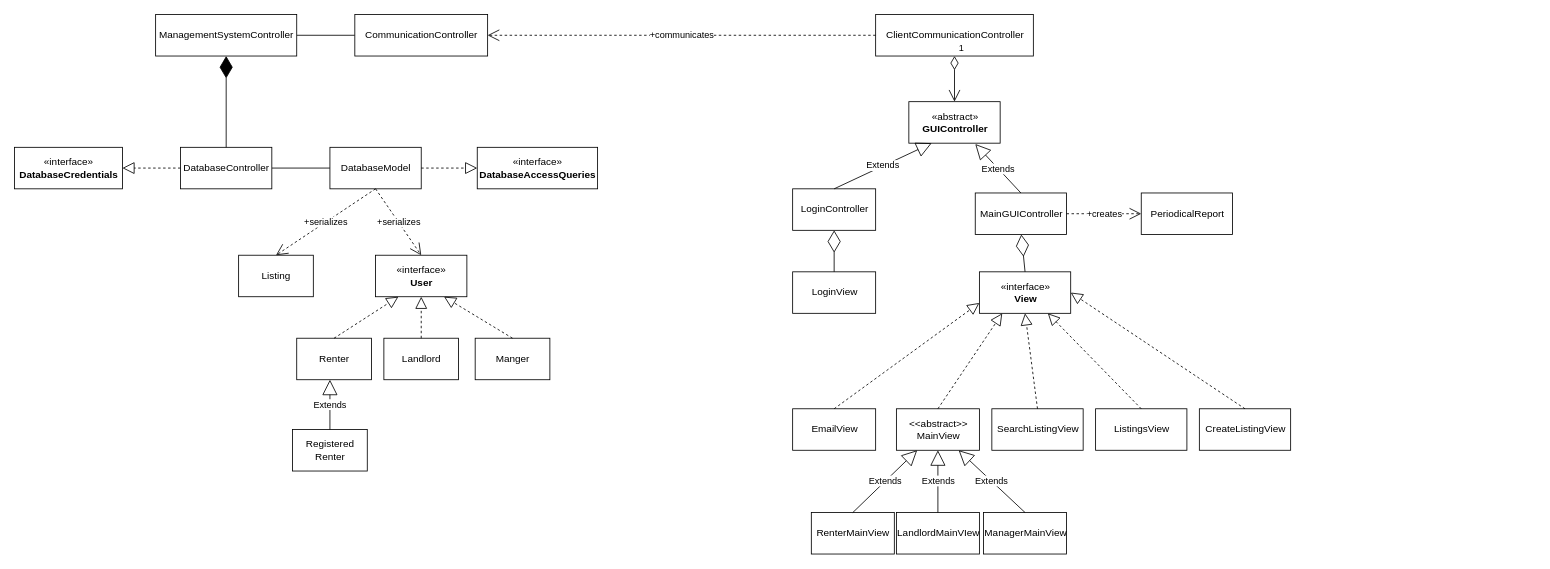
The draw.io diagram RelationshipsUMLDiagram.drawio in ryan-holt/ENSF480FinalProject, before the edit. Source tidied: cells renumbered, new cells numbered last; positions are measured from the earlier drawing's top-left corner, leaving out a move shared by most shapes. Both pictures are drawn from the tidied source at 83%, with x=0, y=0 at pixel (14, 14).
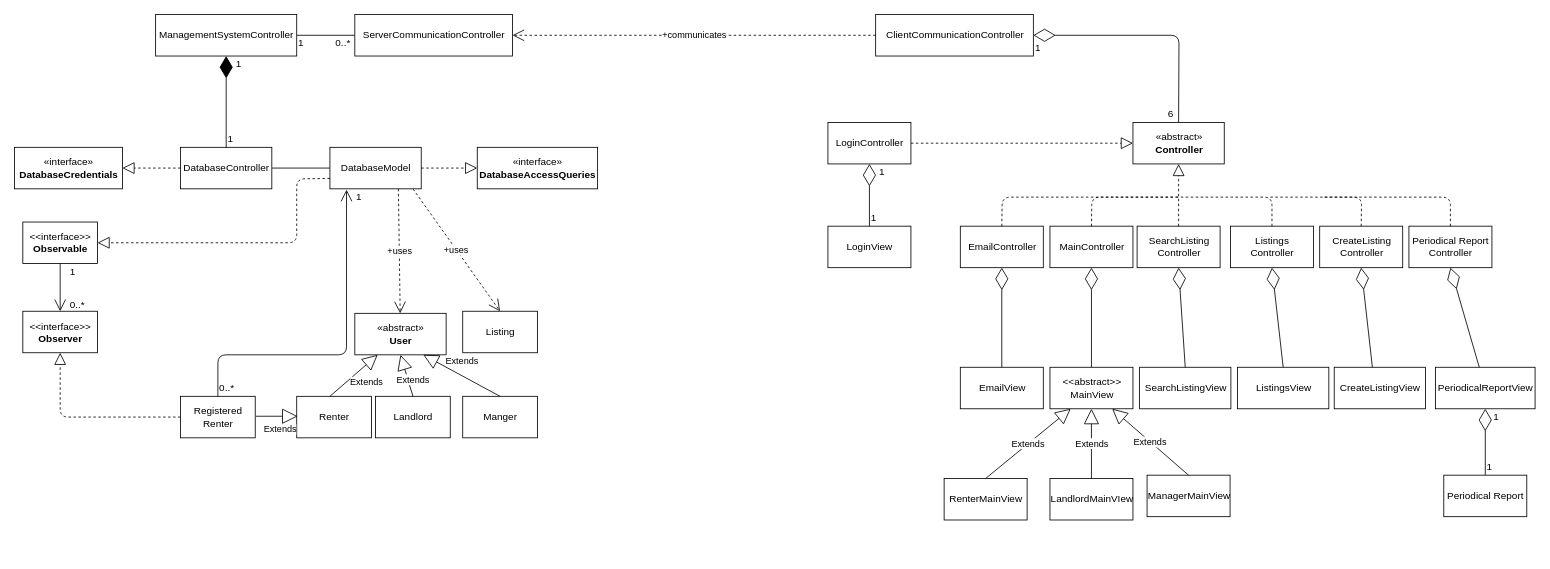
After the change.

Unchanged cells that the change refers to:
```xml
<mxCell id="9" value="ClientCommunicationController" style="html=1;" parent="1" vertex="1">
  <mxGeometry x="1037.5" width="190" height="50" as="geometry" />
</mxCell>
<mxCell id="12" value="DatabaseModel" style="html=1;" parent="1" vertex="1">
  <mxGeometry x="380" y="160" width="110" height="50" as="geometry" />
</mxCell>
```

What changed in the source:
```diff
@@
-    <mxCell id="4" value="CommunicationController" style="html=1;" parent="1" vertex="1">
-      <mxGeometry x="410" width="160" height="50" as="geometry" />
+    <mxCell id="4" value="ServerCommunicationController" style="html=1;" parent="1" vertex="1">
+      <mxGeometry x="410" width="190" height="50" as="geometry" />
     </mxCell>
@@
     <mxCell id="15" value="LoginController" style="html=1;" parent="1" vertex="1">
-      <mxGeometry x="937.5" y="210" width="100" height="50" as="geometry" />
+      <mxGeometry x="980" y="130" width="100" height="50" as="geometry" />
     </mxCell>
-    <mxCell id="16" value="MainGUIController" style="html=1;" parent="1" vertex="1">
-      <mxGeometry x="1157.5" y="215" width="110" height="50" as="geometry" />
-    </mxCell>
-    <mxCell id="17" value="«abstract»&lt;br&gt;&lt;b&gt;GUIController&lt;/b&gt;" style="html=1;" parent="1" vertex="1">
-      <mxGeometry x="1077.5" y="105" width="110" height="50" as="geometry" />
-    </mxCell>
-    <mxCell id="18" value="1" style="endArrow=open;html=1;endSize=12;startArrow=diamondThin;startSize=14;startFill=0;edgeStyle=orthogonalEdgeStyle;align=left;verticalAlign=bottom;exitX=0.5;exitY=1;exitDx=0;exitDy=0;entryX=0.5;entryY=0;entryDx=0;entryDy=0;" parent="1" edge="1" source="9" target="17">
-      <mxGeometry x="-1" y="3" relative="1" as="geometry" />
-    </mxCell>
-    <mxCell id="19" value="Extends" style="endArrow=block;endSize=16;endFill=0;html=1;entryX=0.25;entryY=1;entryDx=0;entryDy=0;exitX=0.5;exitY=0;exitDx=0;exitDy=0;" parent="1" edge="1" source="15" target="17">
-      <mxGeometry relative="1" as="geometry" />
-    </mxCell>
-    <mxCell id="20" value="Extends" style="endArrow=block;endSize=16;endFill=0;html=1;exitX=0.5;exitY=0;exitDx=0;exitDy=0;" parent="1" edge="1" source="16">
-      <mxGeometry relative="1" as="geometry">
-        <mxPoint x="1157.5" y="156" as="targetPoint" />
-      </mxGeometry>
-    </mxCell>
     <mxCell id="21" value="LoginView" style="html=1;" parent="1" vertex="1">
-      <mxGeometry x="937.5" y="310" width="100" height="50" as="geometry" />
+      <mxGeometry x="980" y="255" width="100" height="50" as="geometry" />
     </mxCell>
-    <mxCell id="22" value="«interface»&lt;br&gt;&lt;b&gt;View&lt;/b&gt;" style="html=1;" parent="1" vertex="1">
-      <mxGeometry x="1162.5" y="310" width="110" height="50" as="geometry" />
-    </mxCell>
     <mxCell id="23" value="&amp;lt;&amp;lt;abstract&amp;gt;&amp;gt;&lt;br&gt;MainView" style="html=1;" parent="1" vertex="1">
-      <mxGeometry x="1062.5" y="475" width="100" height="50" as="geometry" />
+      <mxGeometry x="1247.5" y="425" width="100" height="50" as="geometry" />
     </mxCell>
     <mxCell id="24" value="SearchListingView" style="html=1;" parent="1" vertex="1">
-      <mxGeometry x="1177.5" y="475" width="110" height="50" as="geometry" />
+      <mxGeometry x="1355.5" y="425" width="110" height="50" as="geometry" />
     </mxCell>
-    <mxCell id="25" style="endArrow=diamondThin;endFill=0;endSize=24;html=1;exitX=0.5;exitY=0;exitDx=0;exitDy=0;" parent="1" edge="1" source="22">
-      <mxGeometry relative="1" as="geometry">
-        <mxPoint x="1213" y="265" as="targetPoint" />
-      </mxGeometry>
-    </mxCell>
@@
-    <mxCell id="27" style="endArrow=block;dashed=1;endFill=0;endSize=12;html=1;entryX=0.25;entryY=1;entryDx=0;entryDy=0;exitX=0.5;exitY=0;exitDx=0;exitDy=0;" parent="1" edge="1" source="23" target="22">
-      <mxGeometry relative="1" as="geometry" />
-    </mxCell>
-    <mxCell id="28" style="endArrow=block;dashed=1;endFill=0;endSize=12;html=1;entryX=0.5;entryY=1;entryDx=0;entryDy=0;exitX=0.5;exitY=0;exitDx=0;exitDy=0;" parent="1" edge="1" source="24" target="22">
-      <mxGeometry relative="1" as="geometry" />
-    </mxCell>
     <mxCell id="29" value="ListingsView" style="html=1;" parent="1" vertex="1">
-      <mxGeometry x="1302.5" y="475" width="110" height="50" as="geometry" />
+      <mxGeometry x="1473.5" y="425" width="110" height="50" as="geometry" />
     </mxCell>
-    <mxCell id="30" style="endArrow=block;dashed=1;endFill=0;endSize=12;html=1;entryX=0.75;entryY=1;entryDx=0;entryDy=0;exitX=0.5;exitY=0;exitDx=0;exitDy=0;" parent="1" edge="1" source="29" target="22">
-      <mxGeometry relative="1" as="geometry" />
-    </mxCell>
     <mxCell id="31" value="EmailView" style="html=1;" parent="1" vertex="1">
-      <mxGeometry x="937.5" y="475" width="100" height="50" as="geometry" />
+      <mxGeometry x="1139.5" y="425" width="100" height="50" as="geometry" />
     </mxCell>
-    <mxCell id="32" style="endArrow=block;dashed=1;endFill=0;endSize=12;html=1;entryX=0;entryY=0.75;entryDx=0;entryDy=0;exitX=0.5;exitY=0;exitDx=0;exitDy=0;" parent="1" edge="1" source="31" target="22">
-      <mxGeometry relative="1" as="geometry" />
-    </mxCell>
     <mxCell id="33" value="CreateListingView" style="html=1;" parent="1" vertex="1">
-      <mxGeometry x="1427.5" y="475" width="110" height="50" as="geometry" />
+      <mxGeometry x="1590" y="425" width="110" height="50" as="geometry" />
     </mxCell>
-    <mxCell id="34" style="endArrow=block;dashed=1;endFill=0;endSize=12;html=1;exitX=0.5;exitY=0;exitDx=0;exitDy=0;entryX=1;entryY=0.5;entryDx=0;entryDy=0;" parent="1" edge="1" source="33" target="22">
-      <mxGeometry relative="1" as="geometry" />
-    </mxCell>
     <mxCell id="35" value="Listing" style="html=1;" parent="1" vertex="1">
-      <mxGeometry x="270" y="290" width="90" height="50" as="geometry" />
+      <mxGeometry x="540" y="357.5" width="90" height="50" as="geometry" />
     </mxCell>
-    <mxCell id="36" value="+serializes" style="endArrow=open;endSize=12;dashed=1;html=1;entryX=0.5;entryY=0;entryDx=0;entryDy=0;exitX=0.5;exitY=1;exitDx=0;exitDy=0;" parent="1" edge="1" source="12" target="35">
-      <mxGeometry relative="1" as="geometry" />
-    </mxCell>
-    <mxCell id="37" value="+serializes" style="endArrow=open;endSize=12;dashed=1;html=1;entryX=0.5;entryY=0;entryDx=0;entryDy=0;exitX=0.5;exitY=1;exitDx=0;exitDy=0;" parent="1" edge="1" source="12" target="38">
-      <mxGeometry relative="1" as="geometry" />
-    </mxCell>
-    <mxCell id="38" value="«interface»&lt;br&gt;&lt;b&gt;User&lt;/b&gt;" style="html=1;" parent="1" vertex="1">
-      <mxGeometry x="435" y="290" width="110" height="50" as="geometry" />
+    <mxCell id="38" value="«abstract»&lt;br&gt;&lt;b&gt;User&lt;/b&gt;" style="html=1;" parent="1" vertex="1">
+      <mxGeometry x="410" y="360" width="110" height="50" as="geometry" />
     </mxCell>
     <mxCell id="39" value="Renter" style="html=1;" parent="1" vertex="1">
-      <mxGeometry x="340" y="390" width="90" height="50" as="geometry" />
+      <mxGeometry x="340" y="460" width="90" height="50" as="geometry" />
     </mxCell>
-    <mxCell id="40" style="endArrow=block;dashed=1;endFill=0;endSize=12;html=1;entryX=0.25;entryY=1;entryDx=0;entryDy=0;exitX=0.5;exitY=0;exitDx=0;exitDy=0;" parent="1" edge="1" source="39" target="38">
-      <mxGeometry relative="1" as="geometry" />
-    </mxCell>
     <mxCell id="41" value="Landlord" style="html=1;" parent="1" vertex="1">
-      <mxGeometry x="445" y="390" width="90" height="50" as="geometry" />
+      <mxGeometry x="435" y="460" width="90" height="50" as="geometry" />
     </mxCell>
-    <mxCell id="42" style="endArrow=block;dashed=1;endFill=0;endSize=12;html=1;entryX=0.5;entryY=1;entryDx=0;entryDy=0;exitX=0.5;exitY=0;exitDx=0;exitDy=0;" parent="1" edge="1" source="41" target="38">
-      <mxGeometry relative="1" as="geometry" />
-    </mxCell>
     <mxCell id="43" value="Manger" style="html=1;" parent="1" vertex="1">
-      <mxGeometry x="555" y="390" width="90" height="50" as="geometry" />
+      <mxGeometry x="540" y="460" width="90" height="50" as="geometry" />
     </mxCell>
-    <mxCell id="44" style="endArrow=block;dashed=1;endFill=0;endSize=12;html=1;entryX=0.75;entryY=1;entryDx=0;entryDy=0;exitX=0.5;exitY=0;exitDx=0;exitDy=0;" parent="1" edge="1" source="43" target="38">
-      <mxGeometry relative="1" as="geometry" />
-    </mxCell>
     <mxCell id="45" value="Registered&lt;br&gt;Renter" style="html=1;" parent="1" vertex="1">
-      <mxGeometry x="335" y="500" width="90" height="50" as="geometry" />
+      <mxGeometry x="200" y="460" width="90" height="50" as="geometry" />
     </mxCell>
-    <mxCell id="46" value="Extends" style="endArrow=block;endSize=16;endFill=0;html=1;exitX=0.5;exitY=0;exitDx=0;exitDy=0;" parent="1" edge="1" source="45">
-      <mxGeometry relative="1" as="geometry">
-        <mxPoint x="380" y="440" as="targetPoint" />
+    <mxCell id="46" value="Extends" style="endArrow=block;endSize=16;endFill=0;html=1;exitX=1;exitY=0.5;exitDx=0;exitDy=0;entryX=0;entryY=0.5;entryDx=0;entryDy=0;entryPerimeter=0;" parent="1" edge="1">
+      <mxGeometry x="0.16" y="-16" relative="1" as="geometry">
+        <mxPoint x="291" y="484" as="sourcePoint" />
+        <mxPoint x="341" y="484" as="targetPoint" />
       </mxGeometry>
     </mxCell>
-    <mxCell id="47" value="PeriodicalReport" style="html=1;" parent="1" vertex="1">
-      <mxGeometry x="1357.5" y="215" width="110" height="50" as="geometry" />
+    <mxCell id="47" value="PeriodicalReportView" style="html=1;" parent="1" vertex="1">
+      <mxGeometry x="1712" y="425" width="120" height="50" as="geometry" />
     </mxCell>
-    <mxCell id="48" value="+creates" style="endArrow=open;endSize=12;dashed=1;html=1;entryX=0;entryY=0.5;entryDx=0;entryDy=0;exitX=1;exitY=0.5;exitDx=0;exitDy=0;" parent="1" edge="1" source="16" target="47">
-      <mxGeometry relative="1" as="geometry" />
-    </mxCell>
     <mxCell id="49" value="RenterMainView" style="html=1;" parent="1" vertex="1">
-      <mxGeometry x="960" y="600" width="100" height="50" as="geometry" />
+      <mxGeometry x="1120" y="559" width="100" height="50" as="geometry" />
     </mxCell>
@@
     <mxCell id="51" value="LandlordMainVIew" style="html=1;" parent="1" vertex="1">
-      <mxGeometry x="1062.5" y="600" width="100" height="50" as="geometry" />
+      <mxGeometry x="1247.5" y="559" width="100" height="50" as="geometry" />
     </mxCell>
@@
     <mxCell id="53" value="ManagerMainView" style="html=1;" parent="1" vertex="1">
-      <mxGeometry x="1167.5" y="600" width="100" height="50" as="geometry" />
+      <mxGeometry x="1364.5" y="555" width="100" height="50" as="geometry" />
     </mxCell>
@@
+    <mxCell id="55" value="«abstract»&lt;br&gt;&lt;b&gt;Controller&lt;/b&gt;" style="html=1;" parent="1" vertex="1">
+      <mxGeometry x="1347.5" y="130" width="110" height="50" as="geometry" />
+    </mxCell>
+    <mxCell id="56" style="endArrow=diamondThin;endFill=0;endSize=24;html=1;entryX=1;entryY=0.5;entryDx=0;entryDy=0;exitX=0.5;exitY=0;exitDx=0;exitDy=0;" parent="1" edge="1" source="55" target="9">
+      <mxGeometry relative="1" as="geometry">
+        <Array as="points">
+          <mxPoint x="1403" y="25" />
+        </Array>
+      </mxGeometry>
+    </mxCell>
+    <mxCell id="57" style="endArrow=block;dashed=1;endFill=0;endSize=12;html=1;entryX=0;entryY=0.5;entryDx=0;entryDy=0;exitX=1;exitY=0.5;exitDx=0;exitDy=0;" parent="1" edge="1" source="15" target="55">
+      <mxGeometry relative="1" as="geometry" />
+    </mxCell>
+    <mxCell id="58" value="EmailController" style="html=1;" parent="1" vertex="1">
+      <mxGeometry x="1139.5" y="255" width="100" height="50" as="geometry" />
+    </mxCell>
+    <mxCell id="59" value="MainController" style="html=1;" parent="1" vertex="1">
+      <mxGeometry x="1247.5" y="255" width="100" height="50" as="geometry" />
+    </mxCell>
+    <mxCell id="60" value="SearchListing&lt;br&gt;Controller" style="html=1;" parent="1" vertex="1">
+      <mxGeometry x="1352.5" y="255" width="100" height="50" as="geometry" />
+    </mxCell>
+    <mxCell id="61" value="Listings&lt;br&gt;Controller" style="html=1;" parent="1" vertex="1">
+      <mxGeometry x="1465" y="255" width="100" height="50" as="geometry" />
+    </mxCell>
+    <mxCell id="62" value="CreateListing&lt;br&gt;Controller" style="html=1;" parent="1" vertex="1">
+      <mxGeometry x="1572.5" y="255" width="100" height="50" as="geometry" />
+    </mxCell>
+    <mxCell id="63" style="endArrow=none;dashed=1;endFill=0;endSize=12;html=1;exitX=0.5;exitY=0;exitDx=0;exitDy=0;" parent="1" edge="1" source="58">
+      <mxGeometry relative="1" as="geometry">
+        <mxPoint x="1403" y="220" as="targetPoint" />
+        <Array as="points">
+          <mxPoint x="1190" y="220" />
+        </Array>
+      </mxGeometry>
+    </mxCell>
+    <mxCell id="64" style="endArrow=none;dashed=1;endFill=0;endSize=12;html=1;exitX=0.5;exitY=0;exitDx=0;exitDy=0;" parent="1" edge="1" source="59">
+      <mxGeometry relative="1" as="geometry">
+        <mxPoint x="1400" y="220" as="targetPoint" />
+        <Array as="points">
+          <mxPoint x="1298" y="220" />
+        </Array>
+      </mxGeometry>
+    </mxCell>
+    <mxCell id="65" style="endArrow=block;dashed=1;endFill=0;endSize=12;html=1;exitX=0.5;exitY=0;exitDx=0;exitDy=0;entryX=0.5;entryY=1;entryDx=0;entryDy=0;" parent="1" edge="1" source="60" target="55">
+      <mxGeometry relative="1" as="geometry" />
+    </mxCell>
+    <mxCell id="66" value="&amp;lt;&amp;lt;interface&amp;gt;&amp;gt;&lt;br&gt;&lt;b&gt;Observer&lt;/b&gt;" style="html=1;" parent="1" vertex="1">
+      <mxGeometry x="10" y="357.5" width="90" height="50" as="geometry" />
+    </mxCell>
+    <mxCell id="37" value="+uses" style="endArrow=open;endSize=12;dashed=1;html=1;exitX=0.75;exitY=1;exitDx=0;exitDy=0;" parent="1" edge="1" source="12" target="38">
+      <mxGeometry relative="1" as="geometry" />
+    </mxCell>
+    <mxCell id="36" value="+uses" style="endArrow=open;endSize=12;dashed=1;html=1;exitX=0.911;exitY=1.006;exitDx=0;exitDy=0;entryX=0.5;entryY=0;entryDx=0;entryDy=0;exitPerimeter=0;" parent="1" edge="1" source="12" target="35">
+      <mxGeometry relative="1" as="geometry" />
+    </mxCell>
+    <mxCell id="67" value="1" style="text;html=1;align=left;verticalAlign=top;spacingTop=-4;" parent="1" vertex="1">
+      <mxGeometry x="65" y="300" width="20" height="20" as="geometry" />
+    </mxCell>
+    <mxCell id="68" value="0..*" style="text;html=1;align=left;verticalAlign=top;spacingTop=-4;" parent="1" vertex="1">
+      <mxGeometry x="65" y="340" width="30" height="20" as="geometry" />
+    </mxCell>
+    <mxCell id="69" style="endArrow=block;dashed=1;endFill=0;endSize=12;html=1;entryX=0.5;entryY=1;entryDx=0;entryDy=0;exitX=0;exitY=0.5;exitDx=0;exitDy=0;" parent="1" edge="1" source="45" target="66">
+      <mxGeometry relative="1" as="geometry">
+        <Array as="points">
+          <mxPoint x="55" y="485" />
+        </Array>
+      </mxGeometry>
+    </mxCell>
+    <mxCell id="70" value="&amp;lt;&amp;lt;interface&amp;gt;&amp;gt;&lt;br&gt;&lt;b&gt;Observable&lt;/b&gt;" style="html=1;" parent="1" vertex="1">
+      <mxGeometry x="10" y="250" width="90" height="50" as="geometry" />
+    </mxCell>
+    <mxCell id="71" style="endArrow=open;endFill=1;endSize=12;html=1;exitX=0.5;exitY=1;exitDx=0;exitDy=0;" parent="1" edge="1" source="70" target="66">
+      <mxGeometry relative="1" as="geometry" />
+    </mxCell>
+    <mxCell id="72" style="endArrow=block;dashed=1;endFill=0;endSize=12;html=1;entryX=1;entryY=0.5;entryDx=0;entryDy=0;exitX=0;exitY=0.75;exitDx=0;exitDy=0;" parent="1" edge="1" source="12" target="70">
+      <mxGeometry relative="1" as="geometry">
+        <Array as="points">
+          <mxPoint x="340" y="198" />
+          <mxPoint x="340" y="275" />
+          <mxPoint x="200" y="275" />
+        </Array>
+      </mxGeometry>
+    </mxCell>
+    <mxCell id="73" style="endArrow=open;endFill=1;endSize=12;html=1;exitX=0.5;exitY=0;exitDx=0;exitDy=0;" parent="1" edge="1" source="45">
+      <mxGeometry relative="1" as="geometry">
+        <mxPoint x="400" y="211" as="targetPoint" />
+        <Array as="points">
+          <mxPoint x="245" y="410" />
+          <mxPoint x="400" y="410" />
+        </Array>
+      </mxGeometry>
+    </mxCell>
+    <mxCell id="74" value="0..*" style="text;html=1;align=left;verticalAlign=top;spacingTop=-4;" parent="1" vertex="1">
+      <mxGeometry x="245" y="440" width="30" height="20" as="geometry" />
+    </mxCell>
+    <mxCell id="75" value="1" style="text;html=1;align=left;verticalAlign=top;spacingTop=-4;" parent="1" vertex="1">
+      <mxGeometry x="410" y="210" width="20" height="20" as="geometry" />
+    </mxCell>
+    <mxCell id="76" value="1" style="text;html=1;align=left;verticalAlign=top;spacingTop=-4;" parent="1" vertex="1">
+      <mxGeometry x="265" y="50" width="20" height="20" as="geometry" />
+    </mxCell>
+    <mxCell id="77" value="1" style="text;html=1;align=left;verticalAlign=top;spacingTop=-4;" parent="1" vertex="1">
+      <mxGeometry x="255" y="140" width="20" height="20" as="geometry" />
+    </mxCell>
+    <mxCell id="78" value="1" style="text;html=1;align=left;verticalAlign=top;spacingTop=-4;" parent="1" vertex="1">
+      <mxGeometry x="340" y="25" width="20" height="20" as="geometry" />
+    </mxCell>
+    <mxCell id="79" value="0..*" style="text;html=1;align=left;verticalAlign=top;spacingTop=-4;" parent="1" vertex="1">
+      <mxGeometry x="385" y="25" width="30" height="20" as="geometry" />
+    </mxCell>
+    <mxCell id="80" value="1" style="text;html=1;align=left;verticalAlign=top;spacingTop=-4;" parent="1" vertex="1">
+      <mxGeometry x="1227.5" y="30" width="20" height="20" as="geometry" />
+    </mxCell>
+    <mxCell id="81" value="6" style="text;html=1;align=left;verticalAlign=top;spacingTop=-4;" parent="1" vertex="1">
+      <mxGeometry x="1387.5" y="110" width="20" height="20" as="geometry" />
+    </mxCell>
+    <mxCell id="82" value="1" style="text;html=1;align=left;verticalAlign=top;spacingTop=-4;" parent="1" vertex="1">
+      <mxGeometry x="1040" y="180" width="20" height="20" as="geometry" />
+    </mxCell>
+    <mxCell id="83" value="1" style="text;html=1;align=left;verticalAlign=top;spacingTop=-4;" parent="1" vertex="1">
+      <mxGeometry x="1030" y="235" width="20" height="20" as="geometry" />
+    </mxCell>
+    <mxCell id="84" style="endArrow=diamondThin;endFill=0;endSize=24;html=1;entryX=0.5;entryY=1;entryDx=0;entryDy=0;exitX=0.5;exitY=0;exitDx=0;exitDy=0;" parent="1" edge="1" source="85" target="47">
+      <mxGeometry relative="1" as="geometry" />
+    </mxCell>
+    <mxCell id="85" value="Periodical Report" style="html=1;" parent="1" vertex="1">
+      <mxGeometry x="1722" y="555" width="100" height="50" as="geometry" />
+    </mxCell>
+    <mxCell id="86" value="Extends" style="endArrow=block;endSize=16;endFill=0;html=1;entryX=0.25;entryY=1;entryDx=0;entryDy=0;" parent="1" edge="1" target="38">
+      <mxGeometry x="0.16" y="-16" relative="1" as="geometry">
+        <mxPoint x="380" y="460" as="sourcePoint" />
+      </mxGeometry>
+    </mxCell>
+    <mxCell id="42" value="Extends" style="endArrow=block;endSize=16;endFill=0;html=1;entryX=0.5;entryY=1;entryDx=0;entryDy=0;exitX=0.5;exitY=0;exitDx=0;exitDy=0;" parent="1" edge="1" source="41" target="38">
+      <mxGeometry x="-0.27" y="-6" relative="1" as="geometry" />
+    </mxCell>
+    <mxCell id="44" value="Extends" style="endArrow=block;endSize=16;endFill=0;html=1;entryX=0.75;entryY=1;entryDx=0;entryDy=0;exitX=0.5;exitY=0;exitDx=0;exitDy=0;" parent="1" edge="1" source="43" target="38">
+      <mxGeometry x="0.16" y="-16" relative="1" as="geometry" />
+    </mxCell>
+    <mxCell id="87" value="Periodical Report&lt;br&gt;Controller" style="html=1;" parent="1" vertex="1">
+      <mxGeometry x="1680" y="255" width="100" height="50" as="geometry" />
+    </mxCell>
+    <mxCell id="88" style="endArrow=none;dashed=1;endFill=0;endSize=12;html=1;exitX=0.5;exitY=0;exitDx=0;exitDy=0;" parent="1" edge="1" source="61">
+      <mxGeometry relative="1" as="geometry">
+        <mxPoint x="1400" y="220" as="targetPoint" />
+        <Array as="points">
+          <mxPoint x="1515" y="220" />
+        </Array>
+      </mxGeometry>
+    </mxCell>
+    <mxCell id="89" style="endArrow=none;dashed=1;endFill=0;endSize=12;html=1;exitX=0.5;exitY=0;exitDx=0;exitDy=0;" parent="1" edge="1" source="62">
+      <mxGeometry relative="1" as="geometry">
+        <mxPoint x="1510" y="220" as="targetPoint" />
+        <Array as="points">
+          <mxPoint x="1623" y="220" />
+        </Array>
+      </mxGeometry>
+    </mxCell>
+    <mxCell id="90" style="endArrow=none;dashed=1;endFill=0;endSize=12;html=1;exitX=0.5;exitY=0;exitDx=0;exitDy=0;" parent="1" edge="1" source="87">
+      <mxGeometry relative="1" as="geometry">
+        <mxPoint x="1577" y="220" as="targetPoint" />
+        <Array as="points">
+          <mxPoint x="1730" y="220" />
+        </Array>
+      </mxGeometry>
+    </mxCell>
+    <mxCell id="91" style="endArrow=diamondThin;endFill=0;endSize=24;html=1;entryX=0.5;entryY=1;entryDx=0;entryDy=0;exitX=0.5;exitY=0;exitDx=0;exitDy=0;" parent="1" edge="1" source="31" target="58">
+      <mxGeometry relative="1" as="geometry" />
+    </mxCell>
+    <mxCell id="92" style="endArrow=diamondThin;endFill=0;endSize=24;html=1;entryX=0.5;entryY=1;entryDx=0;entryDy=0;exitX=0.5;exitY=0;exitDx=0;exitDy=0;" parent="1" edge="1" source="23" target="59">
+      <mxGeometry relative="1" as="geometry" />
+    </mxCell>
+    <mxCell id="93" style="endArrow=diamondThin;endFill=0;endSize=24;html=1;exitX=0.5;exitY=0;exitDx=0;exitDy=0;entryX=0.5;entryY=1;entryDx=0;entryDy=0;" parent="1" edge="1" source="24" target="60">
+      <mxGeometry relative="1" as="geometry" />
+    </mxCell>
+    <mxCell id="94" style="endArrow=diamondThin;endFill=0;endSize=24;html=1;exitX=0.5;exitY=0;exitDx=0;exitDy=0;entryX=0.5;entryY=1;entryDx=0;entryDy=0;" parent="1" edge="1" source="29" target="61">
+      <mxGeometry relative="1" as="geometry" />
+    </mxCell>
+    <mxCell id="95" style="endArrow=diamondThin;endFill=0;endSize=24;html=1;exitX=0.5;exitY=0;exitDx=0;exitDy=0;entryX=0.5;entryY=1;entryDx=0;entryDy=0;" parent="1" edge="1">
+      <mxGeometry relative="1" as="geometry">
+        <mxPoint x="1636" y="425" as="sourcePoint" />
+        <mxPoint x="1622.5" y="305" as="targetPoint" />
+      </mxGeometry>
+    </mxCell>
+    <mxCell id="96" style="endArrow=diamondThin;endFill=0;endSize=24;html=1;entryX=0.5;entryY=1;entryDx=0;entryDy=0;" parent="1" edge="1" source="47">
+      <mxGeometry relative="1" as="geometry">
+        <mxPoint x="1730" y="305" as="targetPoint" />
+      </mxGeometry>
+    </mxCell>
+    <mxCell id="97" value="1" style="text;html=1;align=left;verticalAlign=top;spacingTop=-4;" parent="1" vertex="1">
+      <mxGeometry x="1779.5" y="475" width="20" height="20" as="geometry" />
+    </mxCell>
+    <mxCell id="98" value="1" style="text;html=1;align=left;verticalAlign=top;spacingTop=-4;" parent="1" vertex="1">
+      <mxGeometry x="1772" y="535" width="20" height="20" as="geometry" />
+    </mxCell>
```
